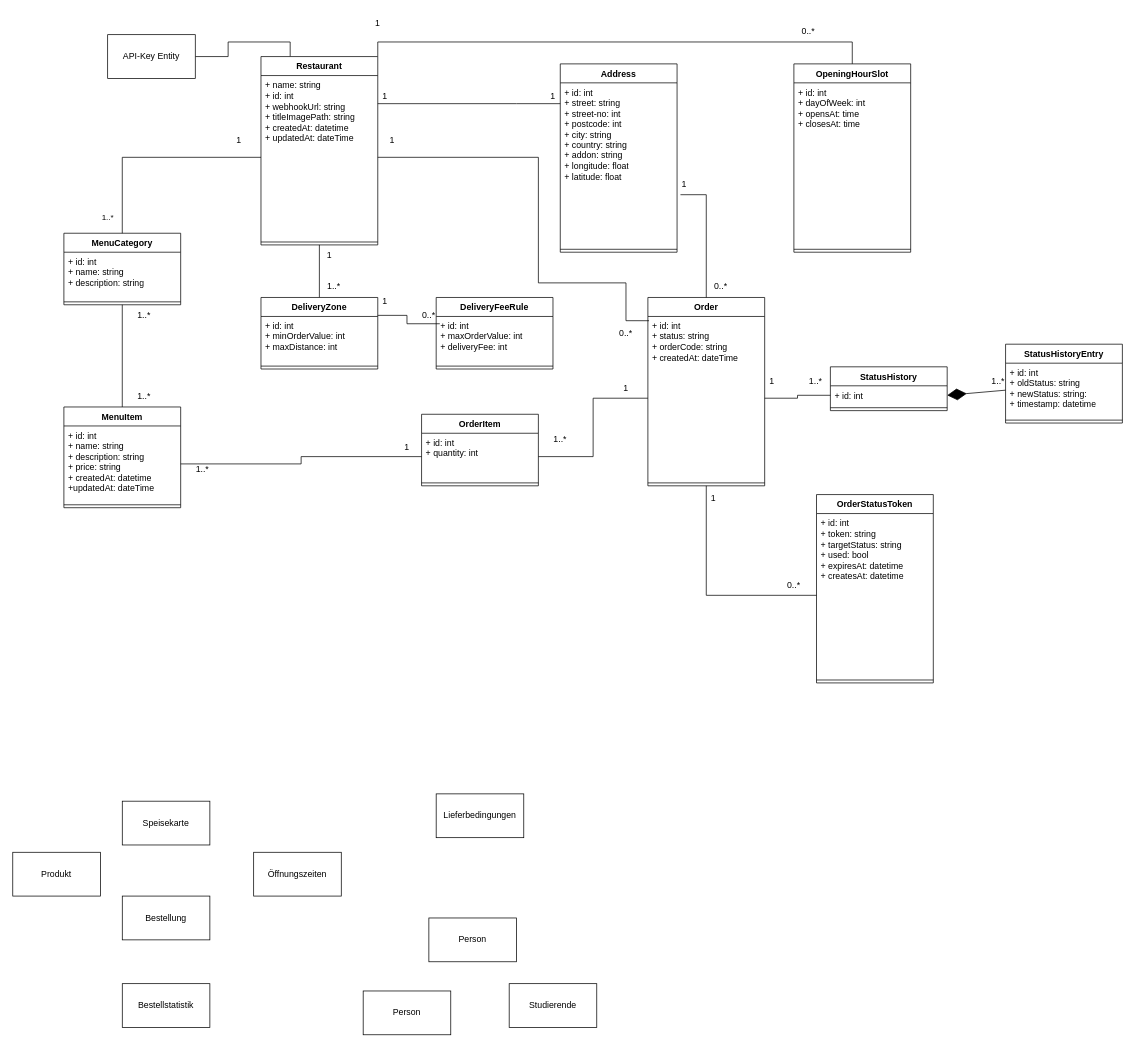
merlibird/bite-project keeps this draw.io diagram as docs/UML-Diagramm_db.drawio. Above is the earlier version. Source tidied: cells renumbered, new cells numbered last; positions are measured from the earlier drawing's top-left corner, leaving out a move shared by most shapes. Both pictures are drawn from the tidied source at 73%, with x=0, y=0 at pixel (12, 12).
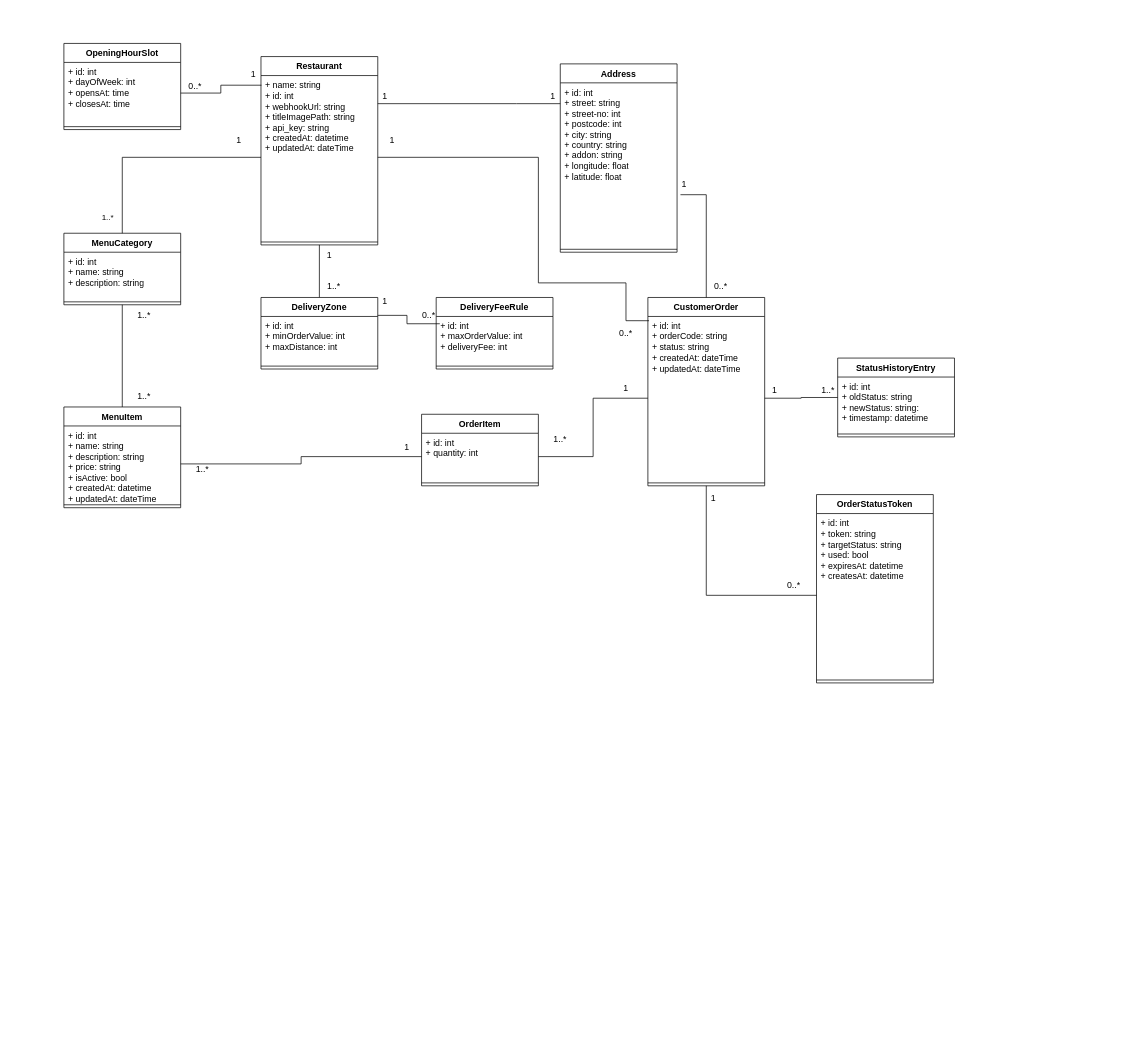
After the change.

Unchanged cells that the change refers to:
```xml
<mxCell id="13" value="Restaurant" style="swimlane;fontStyle=1;align=center;verticalAlign=top;horizontal=1;startSize=26;whiteSpace=wrap;html=1;" parent="1" vertex="1">
  <mxGeometry x="340" y="60" width="160" height="258" as="geometry" />
</mxCell>
<mxCell id="38" value="MenuItem" style="swimlane;fontStyle=1;align=center;verticalAlign=top;horizontal=1;startSize=26;whiteSpace=wrap;html=1;" parent="1" vertex="1">
  <mxGeometry x="70" y="540" width="160" height="138" as="geometry" />
</mxCell>
<mxCell id="76" value="+ id: int&amp;nbsp;&lt;div&gt;+ oldStatus: string&lt;/div&gt;&lt;div&gt;+ newStatus: string:&lt;/div&gt;&lt;div&gt;+ timestamp: datetime&lt;/div&gt;" style="text;strokeColor=none;fillColor=none;align=left;verticalAlign=top;spacingLeft=4;spacingRight=4;overflow=hidden;points=[[0,0.5],[1,0.5]];portConstraint=eastwest;whiteSpace=wrap;html=1;" parent="75" vertex="1">
  <mxGeometry y="26" width="160" height="74" as="geometry" />
</mxCell>
```

Change to the diagram source:
```diff
@@
-    <mxCell id="2" value="Öffnungszeiten" style="rounded=0;whiteSpace=wrap;html=1;" parent="1" vertex="1">
-      <mxGeometry x="330" y="1150" width="120" height="60" as="geometry" />
-    </mxCell>
-    <mxCell id="3" value="Lieferbedingungen" style="rounded=0;whiteSpace=wrap;html=1;" parent="1" vertex="1">
-      <mxGeometry x="580" y="1070" width="120" height="60" as="geometry" />
-    </mxCell>
-    <mxCell id="4" value="Person" style="rounded=0;whiteSpace=wrap;html=1;" parent="1" vertex="1">
-      <mxGeometry x="570" y="1240" width="120" height="60" as="geometry" />
-    </mxCell>
-    <mxCell id="5" value="Studierende" style="rounded=0;whiteSpace=wrap;html=1;" parent="1" vertex="1">
-      <mxGeometry x="680" y="1330" width="120" height="60" as="geometry" />
-    </mxCell>
-    <mxCell id="6" value="Produkt" style="rounded=0;whiteSpace=wrap;html=1;" parent="1" vertex="1">
-      <mxGeometry y="1150" width="120" height="60" as="geometry" />
-    </mxCell>
-    <mxCell id="7" value="Speisekarte" style="rounded=0;whiteSpace=wrap;html=1;" parent="1" vertex="1">
-      <mxGeometry x="150" y="1080" width="120" height="60" as="geometry" />
-    </mxCell>
-    <mxCell id="8" value="Bestellung" style="rounded=0;whiteSpace=wrap;html=1;" parent="1" vertex="1">
-      <mxGeometry x="150" y="1210" width="120" height="60" as="geometry" />
-    </mxCell>
-    <mxCell id="9" value="Bestellstatistik" style="rounded=0;whiteSpace=wrap;html=1;" parent="1" vertex="1">
-      <mxGeometry x="150" y="1330" width="120" height="60" as="geometry" />
-    </mxCell>
-    <mxCell id="10" value="Person" style="rounded=0;whiteSpace=wrap;html=1;" parent="1" vertex="1">
-      <mxGeometry x="480" y="1340" width="120" height="60" as="geometry" />
-    </mxCell>
-    <mxCell id="11" style="edgeStyle=orthogonalEdgeStyle;rounded=0;jettySize=auto;html=1;exitX=1;exitY=0;exitDx=0;exitDy=0;entryX=0.5;entryY=0;entryDx=0;entryDy=0;endArrow=none;endFill=0;" parent="1" edge="1" source="13" target="16">
-      <mxGeometry relative="1" as="geometry" />
-    </mxCell>
-    <mxCell id="12" style="edgeStyle=orthogonalEdgeStyle;rounded=0;jettySize=auto;html=1;exitX=0.25;exitY=0;exitDx=0;exitDy=0;entryX=1;entryY=0.5;entryDx=0;entryDy=0;endArrow=none;endFill=0;" parent="1" edge="1" source="13" target="21">
-      <mxGeometry relative="1" as="geometry" />
-    </mxCell>
@@
-    <mxCell id="14" value="+ name: string&lt;div&gt;+ id: int&lt;div&gt;&lt;span style=&quot;background-color: transparent; color: light-dark(rgb(0, 0, 0), rgb(255, 255, 255));&quot;&gt;+ webhookUrl: string&lt;/span&gt;&lt;/div&gt;&lt;/div&gt;&lt;div&gt;+ titleImagePath: string&lt;/div&gt;&lt;div&gt;+ createdAt: datetime&lt;/div&gt;&lt;div&gt;+ updatedAt: dateTime&lt;/div&gt;" style="text;strokeColor=none;fillColor=none;align=left;verticalAlign=top;spacingLeft=4;spacingRight=4;overflow=hidden;points=[[0,0.5],[1,0.5]];portConstraint=eastwest;whiteSpace=wrap;html=1;" parent="13" vertex="1">
+    <mxCell id="14" value="+ name: string&lt;div&gt;+ id: int&lt;div&gt;&lt;span style=&quot;background-color: transparent; color: light-dark(rgb(0, 0, 0), rgb(255, 255, 255));&quot;&gt;+ webhookUrl: string&lt;/span&gt;&lt;/div&gt;&lt;/div&gt;&lt;div&gt;+ titleImagePath: string&lt;/div&gt;&lt;div&gt;+ api_key: string&lt;/div&gt;&lt;div&gt;+ createdAt: datetime&lt;/div&gt;&lt;div&gt;+ updatedAt: dateTime&lt;/div&gt;" style="text;strokeColor=none;fillColor=none;align=left;verticalAlign=top;spacingLeft=4;spacingRight=4;overflow=hidden;points=[[0,0.5],[1,0.5]];portConstraint=eastwest;whiteSpace=wrap;html=1;" parent="13" vertex="1">
       <mxGeometry y="26" width="160" height="224" as="geometry" />
     </mxCell>
@@
     <mxCell id="16" value="OpeningHourSlot" style="swimlane;fontStyle=1;align=center;verticalAlign=top;horizontal=1;startSize=26;whiteSpace=wrap;html=1;" parent="1" vertex="1">
-      <mxGeometry x="1070" y="70" width="160" height="258" as="geometry" />
+      <mxGeometry x="70" y="42" width="160" height="118" as="geometry" />
     </mxCell>
     <mxCell id="17" value="+ id: int&lt;div&gt;+ dayOfWeek: int&amp;nbsp;&amp;nbsp;&lt;/div&gt;&lt;div&gt;+ opensAt: time&lt;/div&gt;&lt;div&gt;+ closesAt: time&amp;nbsp;&lt;/div&gt;&lt;div&gt;&lt;br&gt;&lt;/div&gt;" style="text;strokeColor=none;fillColor=none;align=left;verticalAlign=top;spacingLeft=4;spacingRight=4;overflow=hidden;points=[[0,0.5],[1,0.5]];portConstraint=eastwest;whiteSpace=wrap;html=1;" parent="16" vertex="1">
-      <mxGeometry y="26" width="160" height="224" as="geometry" />
+      <mxGeometry y="26" width="160" height="84" as="geometry" />
     </mxCell>
     <mxCell id="18" style="line;strokeWidth=1;fillColor=none;align=left;verticalAlign=middle;spacingTop=-1;spacingLeft=3;spacingRight=3;labelPosition=right;strokeColor=inherit;" parent="16" vertex="1">
-      <mxGeometry y="250" width="160" height="8" as="geometry" />
+      <mxGeometry y="110" width="160" height="8" as="geometry" />
     </mxCell>
     <mxCell id="19" value="0..*" style="text;html=1;whiteSpace=wrap;strokeColor=none;fillColor=none;align=center;verticalAlign=middle;rounded=0;" parent="1" vertex="1">
-      <mxGeometry x="1060" y="10" width="60" height="30" as="geometry" />
+      <mxGeometry x="220" y="86" width="60" height="30" as="geometry" />
     </mxCell>
     <mxCell id="20" value="1" style="text;html=1;whiteSpace=wrap;strokeColor=none;fillColor=none;align=center;verticalAlign=middle;rounded=0;" parent="1" vertex="1">
-      <mxGeometry x="470" width="60" height="30" as="geometry" />
+      <mxGeometry x="300" y="70" width="60" height="30" as="geometry" />
     </mxCell>
-    <mxCell id="21" value="API-Key Entity" style="rounded=0;whiteSpace=wrap;html=1;" parent="1" vertex="1">
-      <mxGeometry x="130" y="30" width="120" height="60" as="geometry" />
-    </mxCell>
@@
-    <mxCell id="39" value="+ id: int&lt;div&gt;+ name: string&lt;/div&gt;&lt;div&gt;+ description: string&lt;/div&gt;&lt;div&gt;+ price: string&lt;/div&gt;&lt;div&gt;+ createdAt: datetime&lt;/div&gt;&lt;div&gt;+updatedAt: dateTime&lt;/div&gt;" style="text;strokeColor=none;fillColor=none;align=left;verticalAlign=top;spacingLeft=4;spacingRight=4;overflow=hidden;points=[[0,0.5],[1,0.5]];portConstraint=eastwest;whiteSpace=wrap;html=1;" parent="38" vertex="1">
+    <mxCell id="39" value="+ id: int&lt;div&gt;+ name: string&lt;/div&gt;&lt;div&gt;+ description: string&lt;/div&gt;&lt;div&gt;+ price: string&lt;/div&gt;&lt;div&gt;+ isActive: bool&lt;/div&gt;&lt;div&gt;+ createdAt: datetime&lt;/div&gt;&lt;div&gt;+ updatedAt: dateTime&lt;/div&gt;" style="text;strokeColor=none;fillColor=none;align=left;verticalAlign=top;spacingLeft=4;spacingRight=4;overflow=hidden;points=[[0,0.5],[1,0.5]];portConstraint=eastwest;whiteSpace=wrap;html=1;" parent="38" vertex="1">
       <mxGeometry y="26" width="160" height="104" as="geometry" />
     </mxCell>
@@
-    <mxCell id="51" value="Order" style="swimlane;fontStyle=1;align=center;verticalAlign=top;horizontal=1;startSize=26;whiteSpace=wrap;html=1;" parent="1" vertex="1">
+    <mxCell id="51" value="CustomerOrder" style="swimlane;fontStyle=1;align=center;verticalAlign=top;horizontal=1;startSize=26;whiteSpace=wrap;html=1;" parent="1" vertex="1">
       <mxGeometry x="870" y="390" width="160" height="258" as="geometry" />
     </mxCell>
-    <mxCell id="52" value="+ id: int&lt;br&gt;&lt;div&gt;+ status: string&lt;/div&gt;&lt;div&gt;+ orderCode: string&lt;/div&gt;&lt;div&gt;+ createdAt: dateTime&lt;/div&gt;" style="text;strokeColor=none;fillColor=none;align=left;verticalAlign=top;spacingLeft=4;spacingRight=4;overflow=hidden;points=[[0,0.5],[1,0.5]];portConstraint=eastwest;whiteSpace=wrap;html=1;" parent="51" vertex="1">
+    <mxCell id="52" value="+ id: int&lt;div&gt;+ orderCode: string&lt;br&gt;&lt;div&gt;+ status: string&lt;/div&gt;&lt;div&gt;+ createdAt: dateTime&lt;/div&gt;&lt;/div&gt;&lt;div&gt;+ updatedAt: dateTime&lt;/div&gt;" style="text;strokeColor=none;fillColor=none;align=left;verticalAlign=top;spacingLeft=4;spacingRight=4;overflow=hidden;points=[[0,0.5],[1,0.5]];portConstraint=eastwest;whiteSpace=wrap;html=1;" parent="51" vertex="1">
       <mxGeometry y="26" width="160" height="224" as="geometry" />
     </mxCell>
@@
-    <mxCell id="62" value="StatusHistory" style="swimlane;fontStyle=1;align=center;verticalAlign=top;horizontal=1;startSize=26;whiteSpace=wrap;html=1;" parent="1" vertex="1">
-      <mxGeometry x="1120" y="485" width="160" height="60" as="geometry" />
-    </mxCell>
-    <mxCell id="63" value="+ id: int&amp;nbsp;&lt;div&gt;&lt;br&gt;&lt;/div&gt;" style="text;strokeColor=none;fillColor=none;align=left;verticalAlign=top;spacingLeft=4;spacingRight=4;overflow=hidden;points=[[0,0.5],[1,0.5]];portConstraint=eastwest;whiteSpace=wrap;html=1;" parent="62" vertex="1">
-      <mxGeometry y="26" width="160" height="26" as="geometry" />
-    </mxCell>
-    <mxCell id="64" style="line;strokeWidth=1;fillColor=none;align=left;verticalAlign=middle;spacingTop=-1;spacingLeft=3;spacingRight=3;labelPosition=right;strokeColor=inherit;" parent="62" vertex="1">
-      <mxGeometry y="52" width="160" height="8" as="geometry" />
-    </mxCell>
@@
-    <mxCell id="72" style="edgeStyle=orthogonalEdgeStyle;rounded=0;jettySize=auto;html=1;endArrow=none;endFill=0;" parent="1" edge="1" source="52" target="63">
-      <mxGeometry relative="1" as="geometry" />
-    </mxCell>
-    <mxCell id="73" value="1..*" style="text;html=1;whiteSpace=wrap;strokeColor=none;fillColor=none;align=center;verticalAlign=middle;rounded=0;" parent="1" vertex="1">
-      <mxGeometry x="1070" y="490" width="60" height="30" as="geometry" />
-    </mxCell>
-    <mxCell id="74" value="1" style="text;html=1;whiteSpace=wrap;strokeColor=none;fillColor=none;align=center;verticalAlign=middle;rounded=0;" parent="1" vertex="1">
-      <mxGeometry x="1010" y="490" width="60" height="30" as="geometry" />
-    </mxCell>
     <mxCell id="75" value="StatusHistoryEntry" style="swimlane;fontStyle=1;align=center;verticalAlign=top;horizontal=1;startSize=26;whiteSpace=wrap;html=1;" parent="1" vertex="1">
-      <mxGeometry x="1360" y="454" width="160" height="108" as="geometry" />
+      <mxGeometry x="1130" y="473" width="160" height="108" as="geometry" />
     </mxCell>
@@
-    <mxCell id="78" style="endArrow=diamondThin;endFill=1;endSize=24;html=1;rounded=0;exitX=0;exitY=0.5;exitDx=0;exitDy=0;entryX=1;entryY=0.5;entryDx=0;entryDy=0;" parent="1" edge="1" source="76" target="63">
-      <mxGeometry relative="1" as="geometry" />
-    </mxCell>
     <mxCell id="79" value="1..*" style="text;html=1;whiteSpace=wrap;strokeColor=none;fillColor=none;align=center;verticalAlign=middle;rounded=0;" parent="1" vertex="1">
-      <mxGeometry x="1320" y="490" width="60" height="30" as="geometry" />
+      <mxGeometry x="1087" y="502" width="60" height="30" as="geometry" />
     </mxCell>
@@
+    <mxCell id="86" style="edgeStyle=orthogonalEdgeStyle;rounded=0;jettySize=auto;html=1;exitX=1;exitY=0.5;exitDx=0;exitDy=0;endArrow=none;endFill=0;" parent="1" edge="1" source="52" target="75">
+      <mxGeometry relative="1" as="geometry" />
+    </mxCell>
+    <mxCell id="74" value="1" style="text;html=1;whiteSpace=wrap;strokeColor=none;fillColor=none;align=center;verticalAlign=middle;rounded=0;" parent="1" vertex="1">
+      <mxGeometry x="1014" y="503" width="60" height="30" as="geometry" />
+    </mxCell>
+    <mxCell id="87" style="edgeStyle=orthogonalEdgeStyle;rounded=0;jettySize=auto;html=1;exitX=1;exitY=0.5;exitDx=0;exitDy=0;entryX=0.004;entryY=0.059;entryDx=0;entryDy=0;entryPerimeter=0;endArrow=none;endFill=0;" parent="1" edge="1" source="17" target="14">
+      <mxGeometry relative="1" as="geometry" />
+    </mxCell>
```
